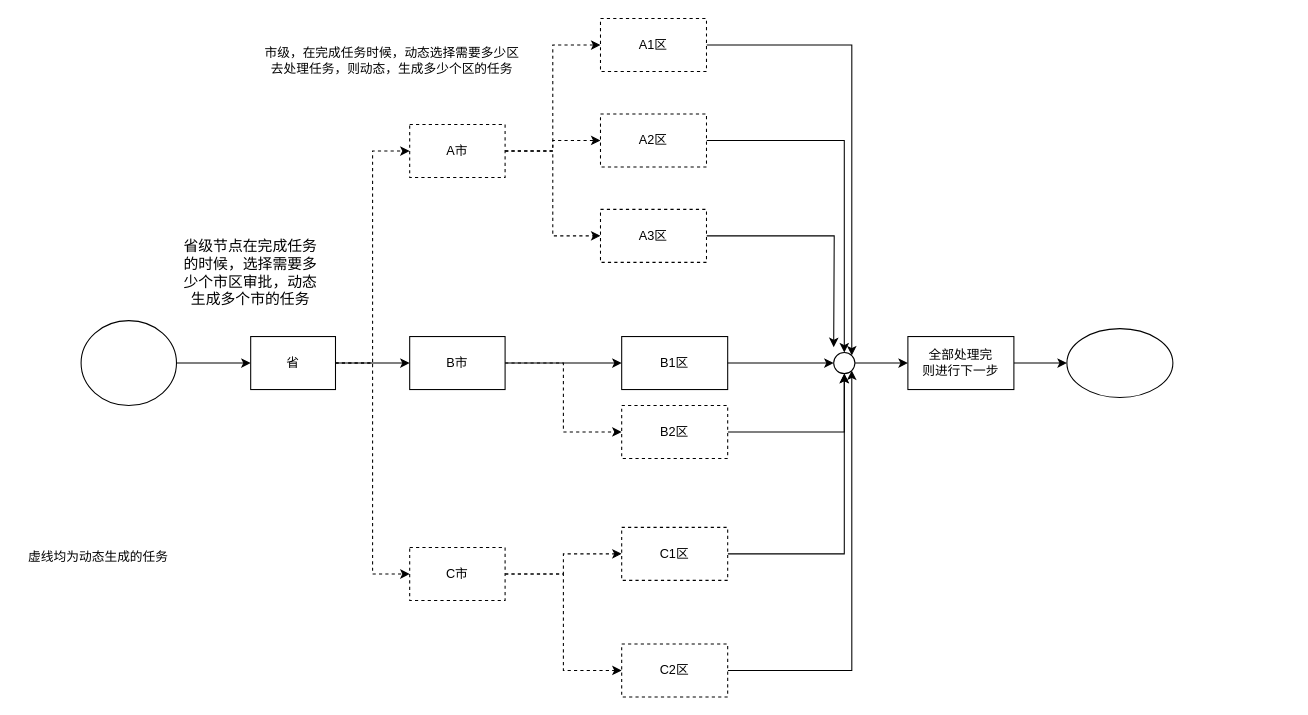
miaojf/doc keeps this draw.io diagram as 省市区多级分发.drawio. Above is the earlier version. Source tidied: cells renumbered, new cells numbered last; positions are measured from the earlier drawing's top-left corner, leaving out a move shared by most shapes. Both pictures are drawn from the tidied source at 106%, with x=0, y=0 at pixel (18, 18).
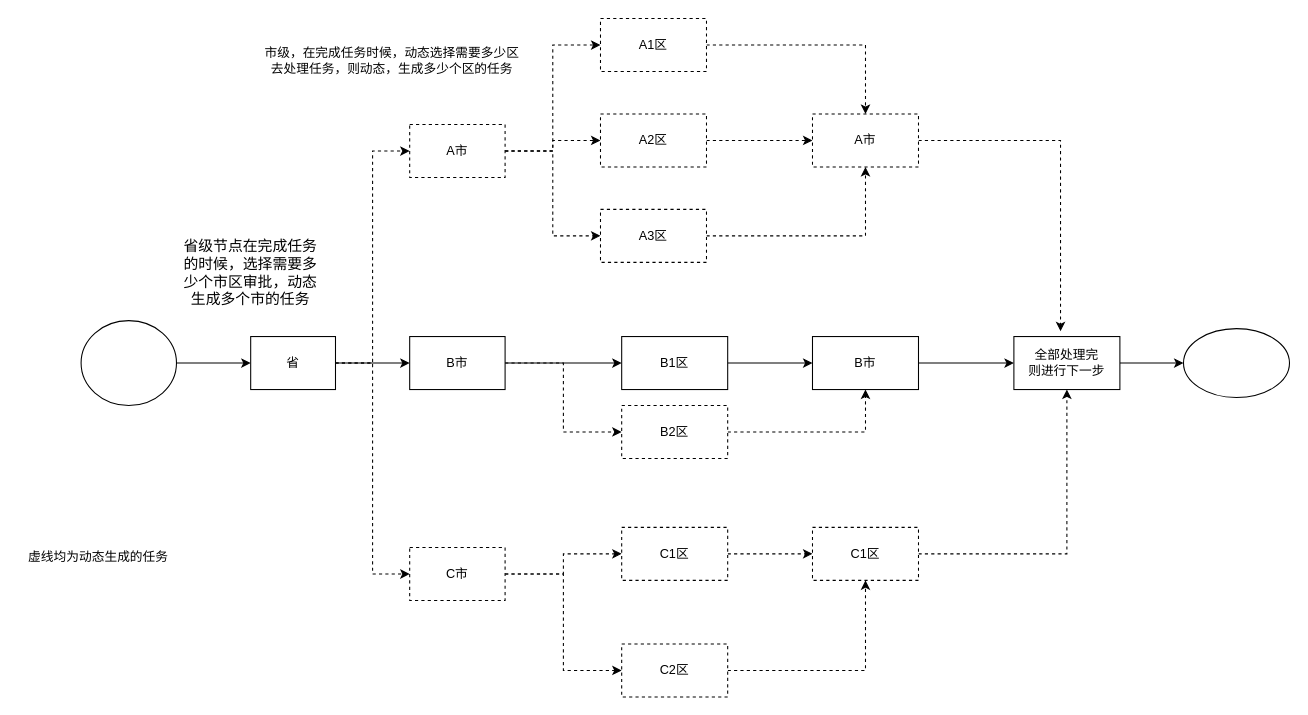
Above is the later version.

Commit message:
更新省市区多级分发.drawio

Unchanged cells that the change refers to:
```xml
<mxCell id="12" value="B1区" style="rounded=0;whiteSpace=wrap;html=1;" parent="1" vertex="1">
  <mxGeometry x="569" y="300" width="100" height="50" as="geometry" />
</mxCell>
<mxCell id="24" value="A3区" style="rounded=0;whiteSpace=wrap;html=1;dashed=1;" parent="1" vertex="1">
  <mxGeometry x="549" y="180" width="100" height="50" as="geometry" />
</mxCell>
<mxCell id="26" value="A2区" style="rounded=0;whiteSpace=wrap;html=1;dashed=1;" parent="1" vertex="1">
  <mxGeometry x="549" y="90" width="100" height="50" as="geometry" />
</mxCell>
<mxCell id="28" value="A1区" style="rounded=0;whiteSpace=wrap;html=1;dashed=1;" parent="1" vertex="1">
  <mxGeometry x="549" width="100" height="50" as="geometry" />
</mxCell>
<mxCell id="30" value="B2区" style="rounded=0;whiteSpace=wrap;html=1;dashed=1;" parent="1" vertex="1">
  <mxGeometry x="569" y="365" width="100" height="50" as="geometry" />
</mxCell>
<mxCell id="32" value="C2区" style="rounded=0;whiteSpace=wrap;html=1;dashed=1;" parent="1" vertex="1">
  <mxGeometry x="569" y="590" width="100" height="50" as="geometry" />
</mxCell>
<mxCell id="34" value="C1区" style="rounded=0;whiteSpace=wrap;html=1;dashed=1;" parent="1" vertex="1">
  <mxGeometry x="569" y="480" width="100" height="50" as="geometry" />
</mxCell>
```

What changed in the source:
```diff
@@
-    <mxCell id="11" style="edgeStyle=orthogonalEdgeStyle;rounded=0;jettySize=auto;html=1;" parent="1" edge="1" source="35" target="14">
-      <mxGeometry relative="1" as="geometry" />
-    </mxCell>
+    <mxCell id="40" style="edgeStyle=orthogonalEdgeStyle;rounded=0;jettySize=auto;html=1;" parent="1" edge="1" source="12" target="42">
+      <mxGeometry relative="1" as="geometry" />
+    </mxCell>
@@
+    <mxCell id="41" style="edgeStyle=orthogonalEdgeStyle;rounded=0;jettySize=auto;html=1;entryX=0;entryY=0.5;entryDx=0;entryDy=0;" parent="1" edge="1" source="42" target="14">
+      <mxGeometry relative="1" as="geometry" />
+    </mxCell>
+    <mxCell id="42" value="B市" style="rounded=0;whiteSpace=wrap;html=1;" parent="1" vertex="1">
+      <mxGeometry x="749" y="300" width="100" height="50" as="geometry" />
+    </mxCell>
@@
     <mxCell id="14" value="全部处理完&lt;br&gt;则进行下一步" style="rounded=0;whiteSpace=wrap;html=1;" parent="1" vertex="1">
-      <mxGeometry x="839" y="300" width="100" height="50" as="geometry" />
+      <mxGeometry x="939" y="300" width="100" height="50" as="geometry" />
     </mxCell>
     <mxCell id="15" style="ellipse;whiteSpace=wrap;html=1;" parent="1" vertex="1">
-      <mxGeometry x="989" y="292.5" width="100" height="65" as="geometry" />
+      <mxGeometry x="1099" y="292.5" width="100" height="65" as="geometry" />
     </mxCell>
@@
-    <mxCell id="23" style="edgeStyle=orthogonalEdgeStyle;rounded=0;jettySize=auto;html=1;" parent="1" edge="1" source="24">
-      <mxGeometry relative="1" as="geometry">
-        <mxPoint x="769" y="310" as="targetPoint" />
-      </mxGeometry>
-    </mxCell>
+    <mxCell id="43" style="edgeStyle=orthogonalEdgeStyle;rounded=0;jettySize=auto;html=1;entryX=0.5;entryY=1;entryDx=0;entryDy=0;dashed=1;" parent="1" edge="1" source="24" target="46">
+      <mxGeometry relative="1" as="geometry" />
+    </mxCell>
@@
-    <mxCell id="25" style="edgeStyle=orthogonalEdgeStyle;rounded=0;jettySize=auto;html=1;entryX=0.5;entryY=0;entryDx=0;entryDy=0;" parent="1" edge="1" source="26" target="35">
-      <mxGeometry relative="1" as="geometry" />
-    </mxCell>
+    <mxCell id="44" style="edgeStyle=orthogonalEdgeStyle;rounded=0;jettySize=auto;html=1;dashed=1;" parent="1" edge="1" source="26" target="46">
+      <mxGeometry relative="1" as="geometry" />
+    </mxCell>
@@
-    <mxCell id="27" style="edgeStyle=orthogonalEdgeStyle;rounded=0;jettySize=auto;html=1;entryX=1;entryY=0;entryDx=0;entryDy=0;" parent="1" edge="1" source="28" target="35">
-      <mxGeometry relative="1" as="geometry" />
-    </mxCell>
+    <mxCell id="45" style="edgeStyle=orthogonalEdgeStyle;rounded=0;jettySize=auto;html=1;entryX=0.44;entryY=-0.1;entryDx=0;entryDy=0;entryPerimeter=0;dashed=1;" parent="1" edge="1" source="46" target="14">
+      <mxGeometry relative="1" as="geometry" />
+    </mxCell>
+    <mxCell id="46" value="A市" style="rounded=0;whiteSpace=wrap;html=1;dashed=1;" parent="1" vertex="1">
+      <mxGeometry x="749" y="90" width="100" height="50" as="geometry" />
+    </mxCell>
+    <mxCell id="47" style="edgeStyle=orthogonalEdgeStyle;rounded=0;jettySize=auto;html=1;entryX=0.5;entryY=0;entryDx=0;entryDy=0;dashed=1;" parent="1" edge="1" source="28" target="46">
+      <mxGeometry relative="1" as="geometry" />
+    </mxCell>
@@
-    <mxCell id="29" style="edgeStyle=orthogonalEdgeStyle;rounded=0;jettySize=auto;html=1;entryX=0.5;entryY=1;entryDx=0;entryDy=0;" parent="1" edge="1" source="30" target="35">
-      <mxGeometry relative="1" as="geometry" />
-    </mxCell>
+    <mxCell id="48" style="edgeStyle=orthogonalEdgeStyle;rounded=0;jettySize=auto;html=1;entryX=0.5;entryY=1;entryDx=0;entryDy=0;dashed=1;" parent="1" edge="1" source="30" target="42">
+      <mxGeometry relative="1" as="geometry" />
+    </mxCell>
@@
-    <mxCell id="31" style="edgeStyle=orthogonalEdgeStyle;rounded=0;jettySize=auto;html=1;entryX=1;entryY=1;entryDx=0;entryDy=0;" parent="1" edge="1" source="32" target="35">
-      <mxGeometry relative="1" as="geometry" />
-    </mxCell>
+    <mxCell id="49" style="edgeStyle=orthogonalEdgeStyle;rounded=0;jettySize=auto;html=1;entryX=0.5;entryY=1;entryDx=0;entryDy=0;dashed=1;" parent="1" edge="1" source="32" target="52">
+      <mxGeometry relative="1" as="geometry" />
+    </mxCell>
@@
-    <mxCell id="33" style="edgeStyle=orthogonalEdgeStyle;rounded=0;jettySize=auto;html=1;entryX=0.5;entryY=1;entryDx=0;entryDy=0;" parent="1" edge="1" source="34" target="35">
-      <mxGeometry relative="1" as="geometry" />
-    </mxCell>
+    <mxCell id="50" style="edgeStyle=orthogonalEdgeStyle;rounded=0;jettySize=auto;html=1;dashed=1;" parent="1" edge="1" source="34" target="52">
+      <mxGeometry relative="1" as="geometry" />
+    </mxCell>
@@
-    <mxCell id="35" style="ellipse;whiteSpace=wrap;html=1;" parent="1" vertex="1">
-      <mxGeometry x="769" y="315" width="20" height="20" as="geometry" />
-    </mxCell>
-    <mxCell id="36" style="edgeStyle=orthogonalEdgeStyle;rounded=0;jettySize=auto;html=1;" parent="1" edge="1" source="12" target="35">
-      <mxGeometry relative="1" as="geometry" />
-    </mxCell>
+    <mxCell id="51" style="edgeStyle=orthogonalEdgeStyle;rounded=0;jettySize=auto;html=1;entryX=0.5;entryY=1;entryDx=0;entryDy=0;dashed=1;" parent="1" edge="1" source="52" target="14">
+      <mxGeometry relative="1" as="geometry" />
+    </mxCell>
+    <mxCell id="52" value="C1区" style="rounded=0;whiteSpace=wrap;html=1;dashed=1;" parent="1" vertex="1">
+      <mxGeometry x="749" y="480" width="100" height="50" as="geometry" />
+    </mxCell>
```
